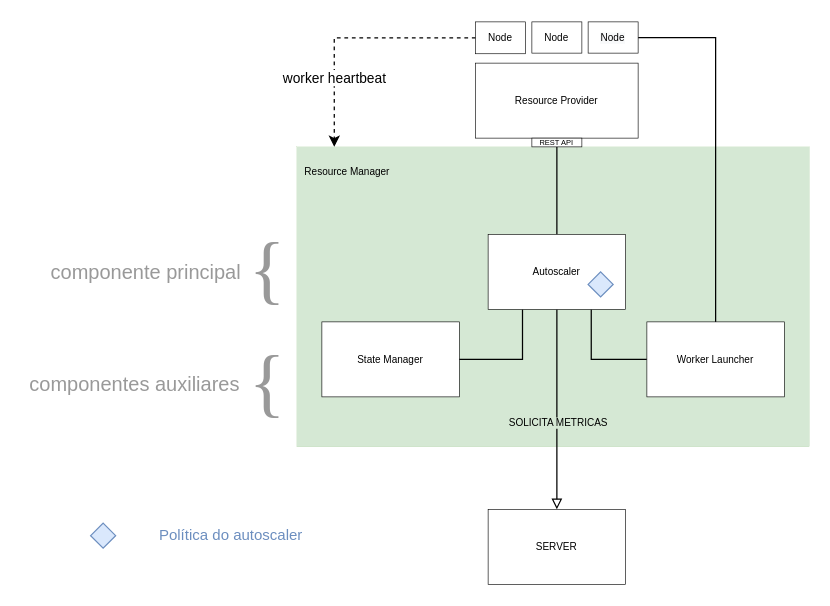
viniciusbds/diagrams keeps this draw.io diagram as Untitled Diagram.drawio. Above is the earlier version. Source tidied: cells renumbered, new cells numbered last; positions are measured from the earlier drawing's top-left corner, leaving out a move shared by most shapes. Both pictures are drawn from the tidied source at 125%, with x=0, y=0 at pixel (21, 21).
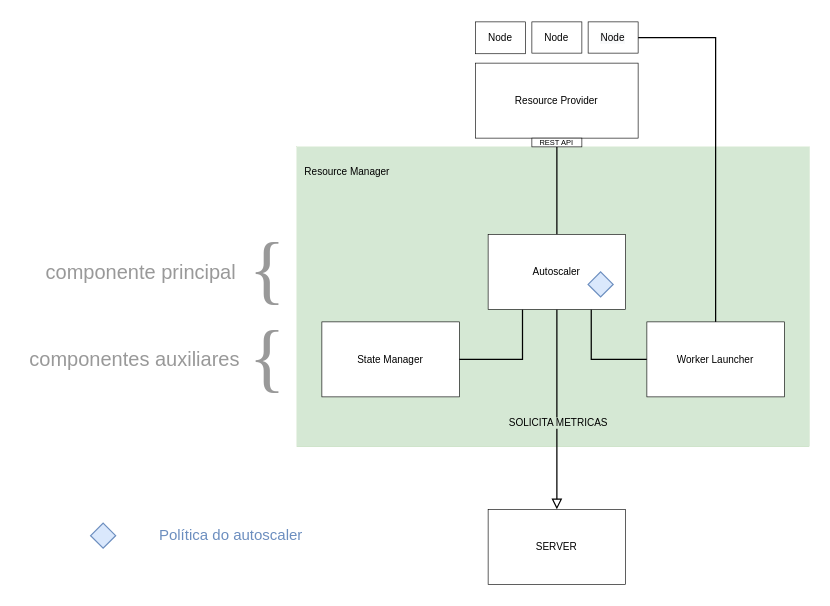
Above is the later version.

Unchanged cells that the change refers to:
```xml
<mxCell id="2" style="rounded=0;whiteSpace=wrap;html=1;strokeColor=#82b366;strokeWidth=0;fillColor=#d5e8d4;" parent="1" vertex="1">
  <mxGeometry x="220" y="100" width="410" height="240" as="geometry" />
</mxCell>
<mxCell id="17" value="Node" style="rounded=0;whiteSpace=wrap;html=1;fontFamily=Helvetica;fontSize=8;strokeColor=default;strokeWidth=0.5;" parent="1" vertex="1">
  <mxGeometry x="363" width="40" height="25.5" as="geometry" />
</mxCell>
```

The edit, as a diff of the source:
```diff
@@
-    <mxCell id="15" style="edgeStyle=orthogonalEdgeStyle;rounded=0;jettySize=auto;html=1;exitX=0;exitY=0.5;exitDx=0;exitDy=0;entryX=0.073;entryY=0;entryDx=0;entryDy=0;entryPerimeter=0;dashed=1;" parent="1" edge="1" source="17" target="2">
-      <mxGeometry relative="1" as="geometry">
-        <Array as="points">
-          <mxPoint x="250" y="13" />
-        </Array>
-      </mxGeometry>
-    </mxCell>
-    <mxCell id="16" value="worker heartbeat" style="edgeLabel;html=1;align=center;verticalAlign=middle;" parent="15" vertex="1">
-      <mxGeometry x="-0.01" y="1" relative="1" as="geometry">
-        <mxPoint x="-15" y="31" as="offset" />
-      </mxGeometry>
-    </mxCell>
@@
     <mxCell id="25" value="{" style="text;whiteSpace=wrap;html=1;fontColor=#999999;fontSize=61;fontStyle=0;fontFamily=Times New Roman;" parent="1" vertex="1">
-      <mxGeometry x="180" y="245" width="40" height="90" as="geometry" />
+      <mxGeometry x="180" y="225" width="40" height="90" as="geometry" />
     </mxCell>
     <mxCell id="26" value="componente principal" style="text;html=1;align=center;verticalAlign=middle;strokeColor=none;fillColor=none;fontSize=16;fontColor=#999999;" parent="1" vertex="1">
-      <mxGeometry x="14" y="190" width="170" height="20" as="geometry" />
+      <mxGeometry x="10" y="190" width="170" height="20" as="geometry" />
     </mxCell>
     <mxCell id="27" value="componentes auxiliares" style="text;html=1;align=center;verticalAlign=middle;strokeColor=none;fillColor=none;fontSize=16;fontColor=#999999;" parent="1" vertex="1">
-      <mxGeometry y="280" width="180" height="20" as="geometry" />
+      <mxGeometry y="260" width="180" height="20" as="geometry" />
     </mxCell>
```
